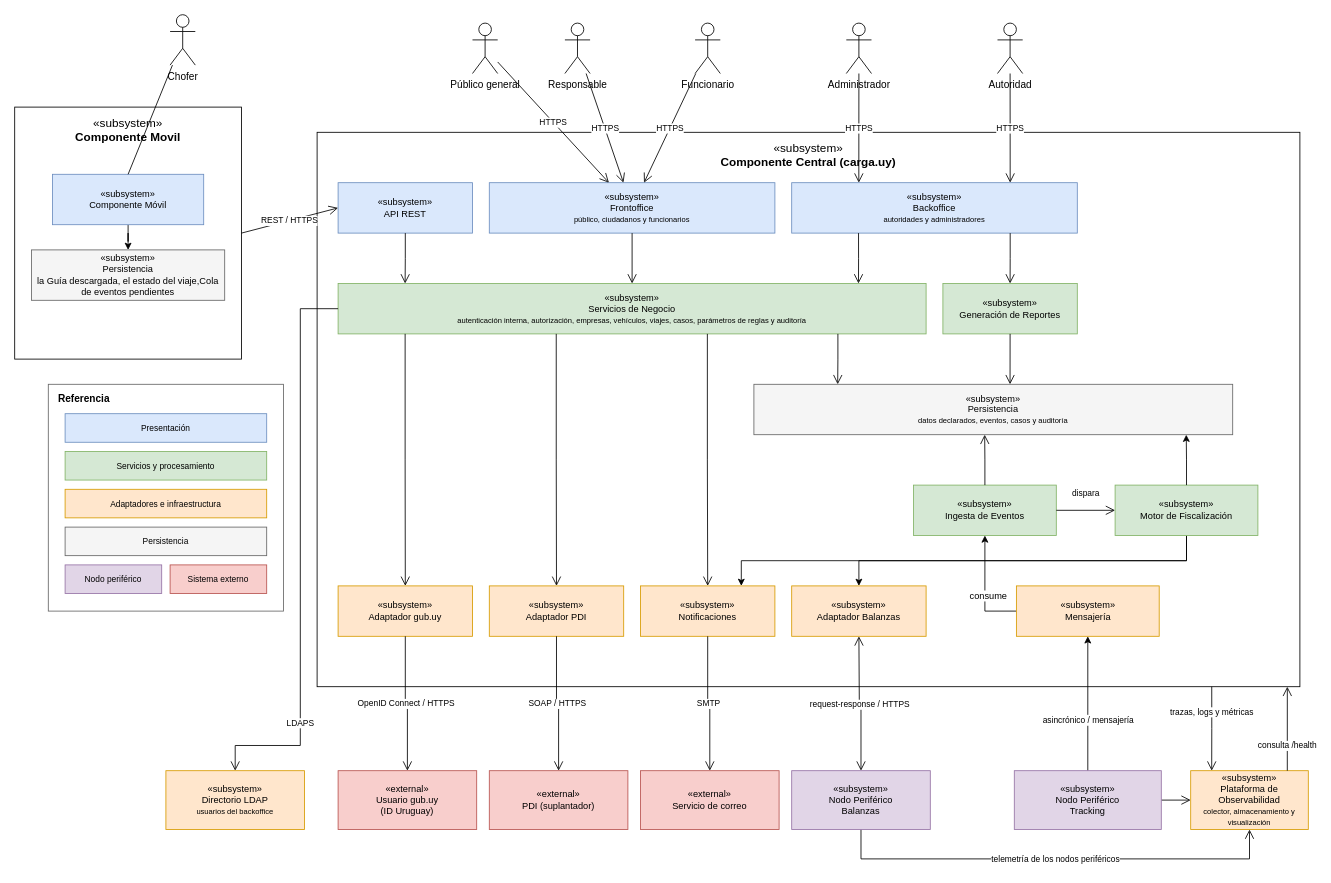
The draw.io diagram docs/informe/fuentes-drawio/carga-uy-vista-logica-v3.drawio in LucasLazogue/TSE-carga-uy, before the edit. Source tidied: cells renumbered, new cells numbered last; positions are measured from the earlier drawing's top-left corner, leaving out a move shared by most shapes. Both pictures are drawn from the tidied source at 84%, with x=0, y=0 at pixel (14, 14).
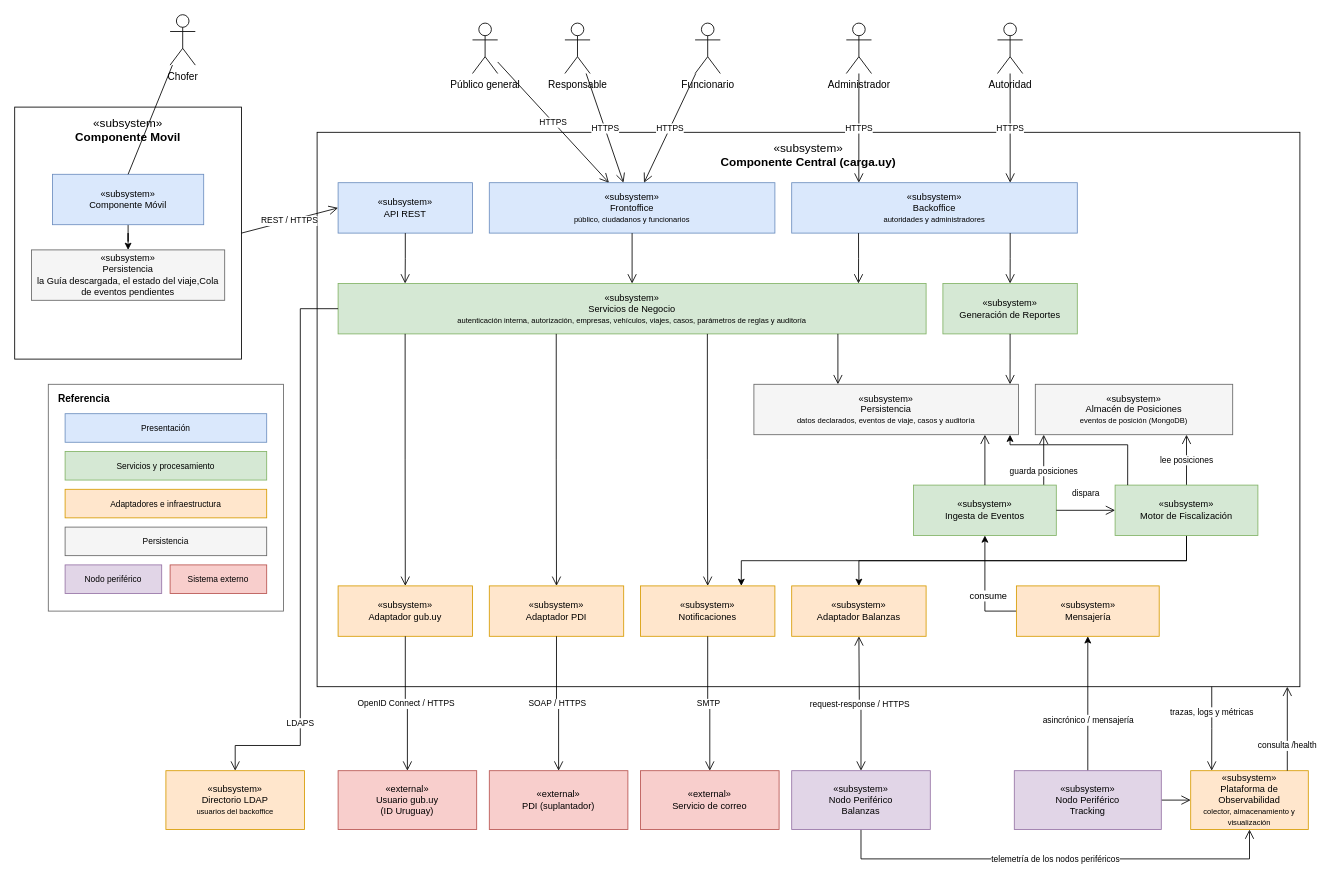
The same page after the edit.

Commit message (it also covers changes not shown here):
docs: posiciones en mongodb en la vista logica y la da07

Unchanged cells that the change refers to:
```xml
<mxCell id="8" value="&amp;laquo;subsystem&amp;raquo;&lt;br&gt;Servicios de Negocio&lt;br&gt;&lt;font style=&quot;font-size:9px&quot;&gt;autenticación interna, autorización, empresas, vehículos, viajes, casos, parámetros de reglas y auditoría&lt;/font&gt;" style="rounded=0;whiteSpace=wrap;html=1;fillColor=#d5e8d4;strokeColor=#82b366;fontSize=11;" parent="1" vertex="1">
  <mxGeometry x="385" y="320" width="700" height="60" as="geometry" />
</mxCell>
<mxCell id="9" value="&amp;laquo;subsystem&amp;raquo;&lt;br&gt;Generación de Reportes" style="rounded=0;whiteSpace=wrap;html=1;fillColor=#d5e8d4;strokeColor=#82b366;fontSize=11;" parent="1" vertex="1">
  <mxGeometry x="1105" y="320" width="160" height="60" as="geometry" />
</mxCell>
<mxCell id="21" value="&amp;laquo;subsystem&amp;raquo;&lt;br&gt;Ingesta de Eventos" style="rounded=0;whiteSpace=wrap;html=1;fillColor=#d5e8d4;strokeColor=#82b366;fontSize=11;" parent="1" vertex="1">
  <mxGeometry x="1070" y="560" width="170" height="60" as="geometry" />
</mxCell>
<mxCell id="24" value="&amp;laquo;subsystem&amp;raquo;&lt;br&gt;Motor de Fiscalización" style="rounded=0;whiteSpace=wrap;html=1;fillColor=#d5e8d4;strokeColor=#82b366;fontSize=11;" parent="1" vertex="1">
  <mxGeometry x="1310" y="560" width="170" height="60" as="geometry" />
</mxCell>
```

What changed in the source:
```diff
@@
-    <mxCell id="10" value="&amp;laquo;subsystem&amp;raquo;&lt;br&gt;Persistencia&lt;br&gt;&lt;font style=&quot;font-size:9px&quot;&gt;datos declarados, eventos, casos y auditoría&lt;/font&gt;" style="rounded=0;whiteSpace=wrap;html=1;fillColor=#f5f5f5;strokeColor=#666666;fontSize=11;" parent="1" vertex="1">
-      <mxGeometry x="880" y="440" width="570" height="60" as="geometry" />
+    <mxCell id="10" value="&amp;laquo;subsystem&amp;raquo;&lt;br&gt;Persistencia&lt;br&gt;&lt;font style=&quot;font-size:9px&quot;&gt;datos declarados, eventos de viaje, casos y auditoría&lt;/font&gt;" style="rounded=0;whiteSpace=wrap;html=1;fillColor=#f5f5f5;strokeColor=#666666;fontSize=11;" parent="1" vertex="1">
+      <mxGeometry x="880" y="440" width="315" height="60" as="geometry" />
     </mxCell>
@@
+    <mxCell id="74" value="&amp;laquo;subsystem&amp;raquo;&lt;br&gt;Almacén de Posiciones&lt;br&gt;&lt;font style=&quot;font-size:9px&quot;&gt;eventos de posición (MongoDB)&lt;/font&gt;" style="rounded=0;whiteSpace=wrap;html=1;fillColor=#f5f5f5;strokeColor=#666666;fontSize=11;" parent="1" vertex="1">
+      <mxGeometry x="1215" y="440" width="235" height="60" as="geometry" />
+    </mxCell>
+    <mxCell id="75" value="guarda posiciones" style="endArrow=open;endSize=9;html=1;rounded=0;fontSize=10;labelBackgroundColor=#FFFFFF;edgeStyle=orthogonalEdgeStyle;exitX=0.912;exitY=0;exitDx=0;exitDy=0;entryX=0.0426;entryY=1;entryDx=0;entryDy=0;" parent="1" edge="1" source="21" target="74">
+      <mxGeometry x="-0.45" relative="1" as="geometry" />
+    </mxCell>
+    <mxCell id="76" value="lee posiciones" style="endArrow=open;endSize=9;html=1;rounded=0;fontSize=10;labelBackgroundColor=#FFFFFF;edgeStyle=orthogonalEdgeStyle;exitX=0.5;exitY=0;exitDx=0;exitDy=0;entryX=0.766;entryY=1;entryDx=0;entryDy=0;" parent="1" edge="1" source="24" target="74">
+      <mxGeometry relative="1" as="geometry" />
+    </mxCell>
@@
-    <mxCell id="48" style="endArrow=open;endSize=9;html=1;rounded=0;edgeStyle=orthogonalEdgeStyle;exitX=0.85;exitY=1;exitDx=0;exitDy=0;entryX=0.175;entryY=0;entryDx=0;entryDy=0;" parent="1" edge="1" source="8" target="10">
+    <mxCell id="48" style="endArrow=open;endSize=9;html=1;rounded=0;edgeStyle=orthogonalEdgeStyle;exitX=0.85;exitY=1;exitDx=0;exitDy=0;entryX=0.3175;entryY=0;entryDx=0;entryDy=0;" parent="1" edge="1" source="8" target="10">
       <mxGeometry relative="1" as="geometry" />
     </mxCell>
-    <mxCell id="49" style="endArrow=open;endSize=9;html=1;rounded=0;edgeStyle=orthogonalEdgeStyle;exitX=0.5;exitY=1;exitDx=0;exitDy=0;entryX=0.535;entryY=0;entryDx=0;entryDy=0;" parent="1" edge="1" source="9" target="10">
+    <mxCell id="49" style="endArrow=open;endSize=9;html=1;rounded=0;edgeStyle=orthogonalEdgeStyle;exitX=0.5;exitY=1;exitDx=0;exitDy=0;entryX=0.968;entryY=0;entryDx=0;entryDy=0;" parent="1" edge="1" source="9" target="10">
       <mxGeometry relative="1" as="geometry" />
     </mxCell>
@@
-    <mxCell id="54" style="endArrow=open;endSize=9;html=1;rounded=0;edgeStyle=orthogonalEdgeStyle;exitX=0.5;exitY=0;exitDx=0;exitDy=0;entryX=0.482;entryY=1;entryDx=0;entryDy=0;" parent="1" edge="1" source="21" target="10">
+    <mxCell id="54" style="endArrow=open;endSize=9;html=1;rounded=0;edgeStyle=orthogonalEdgeStyle;exitX=0.5;exitY=0;exitDx=0;exitDy=0;entryX=0.873;entryY=1;entryDx=0;entryDy=0;" parent="1" edge="1" source="21" target="10">
       <mxGeometry relative="1" as="geometry" />
     </mxCell>
@@
-    <mxCell id="73" style="edgeStyle=orthogonalEdgeStyle;rounded=0;jettySize=auto;html=1;exitX=0.5;exitY=0;exitDx=0;exitDy=0;entryX=0.903;entryY=1;entryDx=0;entryDy=0;entryPerimeter=0;" parent="1" edge="1" source="24" target="10">
-      <mxGeometry relative="1" as="geometry" />
+    <mxCell id="73" style="edgeStyle=orthogonalEdgeStyle;rounded=0;jettySize=auto;html=1;exitX=0.088;exitY=0;exitDx=0;exitDy=0;entryX=0.968;entryY=1;entryDx=0;entryDy=0;entryPerimeter=0;" parent="1" edge="1" source="24" target="10">
+      <mxGeometry relative="1" as="geometry">
+        <Array as="points">
+          <mxPoint x="1325" y="512" />
+          <mxPoint x="1185" y="512" />
+        </Array>
+      </mxGeometry>
     </mxCell>
```
